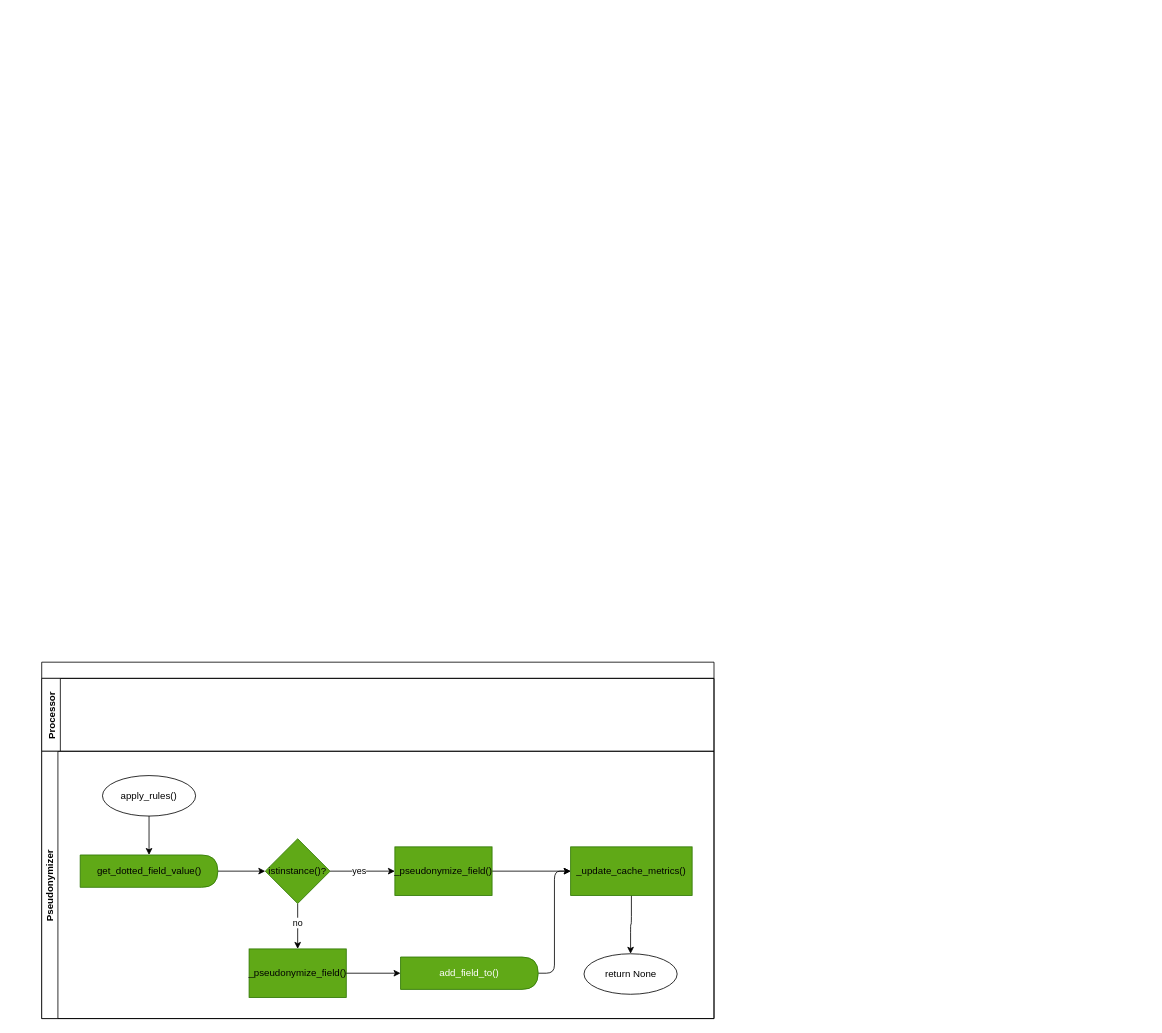
The draw.io diagram page "Pseudonymizer" (23 of 30) of doc/source/development/architecture/diagramms/process.drawio in fkie-cad/Logprep, before the edit. Source tidied: cells renumbered, new cells numbered last; positions are measured from the earlier drawing's top-left corner, leaving out a move shared by most shapes. Both pictures are drawn from the tidied source at 81%, with x=0, y=0 at pixel (41, 662).
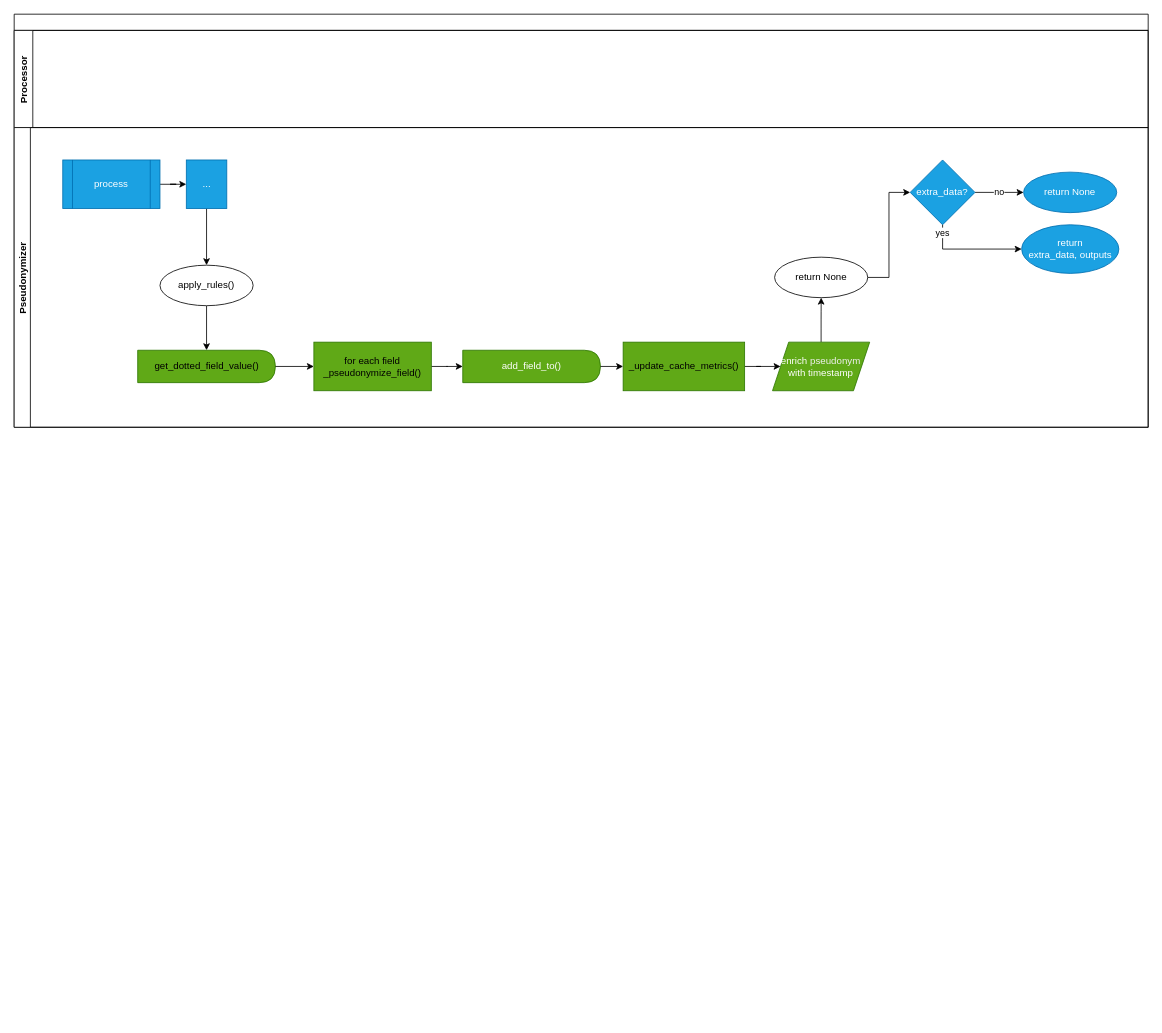
Above is the later version.

Commit message (it also covers changes not shown here):
update processor drawio diagram

What changed in the source:
```diff
@@
-    <mxCell id="2" style="swimlane;horizontal=1;startSize=20;" parent="1" vertex="1">
-      <mxGeometry width="830" height="440" as="geometry" />
-    </mxCell>
+    <mxCell id="23" style="swimlane;horizontal=1;startSize=20;" parent="1" vertex="1">
+      <mxGeometry x="-34" y="-800" width="1400" height="510" as="geometry" />
+    </mxCell>
-    <mxCell id="3" value="Processor" style="swimlane;horizontal=0;" parent="2" vertex="1">
-      <mxGeometry y="20" width="830" height="90" as="geometry" />
+    <mxCell id="3" value="Processor" style="swimlane;horizontal=0;" parent="23" vertex="1">
+      <mxGeometry y="20" width="1400" height="120" as="geometry" />
     </mxCell>
-    <mxCell id="4" value="Pseudonymizer" style="swimlane;startSize=20;horizontal=0;" parent="2" vertex="1">
-      <mxGeometry y="110" width="830" height="330" as="geometry" />
+    <mxCell id="4" value="Pseudonymizer" style="swimlane;startSize=20;horizontal=0;" parent="23" vertex="1">
+      <mxGeometry y="140" width="1400" height="370" as="geometry" />
     </mxCell>
-    <mxCell id="5" style="edgeStyle=none;html=1;entryX=0.5;entryY=0;entryDx=0;entryDy=0;" parent="4" edge="1" source="6" target="8">
+    <mxCell id="5" style="edgeStyle=orthogonalEdgeStyle;rounded=0;jettySize=auto;html=1;" parent="4" edge="1" source="6" target="8">
       <mxGeometry relative="1" as="geometry" />
     </mxCell>
     <mxCell id="6" value="apply_rules()" style="ellipse;whiteSpace=wrap;html=1;" parent="4" vertex="1">
-      <mxGeometry x="75" y="30" width="115" height="50" as="geometry" />
+      <mxGeometry x="180" y="169.9" width="115" height="50" as="geometry" />
     </mxCell>
+    <mxCell id="24" style="edgeStyle=orthogonalEdgeStyle;rounded=0;jettySize=auto;html=1;" parent="4" edge="1" source="25" target="27">
+      <mxGeometry relative="1" as="geometry" />
+    </mxCell>
+    <mxCell id="25" value="process" style="shape=process;whiteSpace=wrap;html=1;backgroundOutline=1;fillColor=#1ba1e2;fontColor=#ffffff;strokeColor=#006EAF;" parent="4" vertex="1">
+      <mxGeometry x="60" y="40" width="120" height="60" as="geometry" />
+    </mxCell>
+    <mxCell id="26" style="edgeStyle=orthogonalEdgeStyle;rounded=0;jettySize=auto;html=1;" parent="4" edge="1" source="27" target="6">
+      <mxGeometry relative="1" as="geometry" />
+    </mxCell>
+    <mxCell id="27" value="..." style="rounded=0;whiteSpace=wrap;html=1;fillColor=#1ba1e2;fontColor=#ffffff;strokeColor=#006EAF;" parent="4" vertex="1">
+      <mxGeometry x="212.5" y="40" width="50" height="60" as="geometry" />
+    </mxCell>
+    <mxCell id="12" value="return None" style="ellipse;whiteSpace=wrap;html=1;" parent="4" vertex="1">
+      <mxGeometry x="938.8" y="160" width="115" height="50" as="geometry" />
+    </mxCell>
+    <mxCell id="8" value="&lt;span style=&quot;font-family: Helvetica; font-size: 12px; font-style: normal; font-variant-ligatures: normal; font-variant-caps: normal; font-weight: 400; letter-spacing: normal; orphans: 2; text-align: center; text-indent: 0px; text-transform: none; widows: 2; word-spacing: 0px; -webkit-text-stroke-width: 0px; text-decoration-thickness: initial; text-decoration-style: initial; text-decoration-color: initial; float: none; display: inline !important;&quot;&gt;get_dotted_field_value()&lt;/span&gt;" style="shape=delay;whiteSpace=wrap;html=1;fillColor=#60a917;fontColor=default;strokeColor=#2D7600;rounded=0;" parent="4" vertex="1">
+      <mxGeometry x="152.5" y="274.9" width="170" height="40" as="geometry" />
+    </mxCell>
+    <mxCell id="10" style="edgeStyle=orthogonalEdgeStyle;html=1;startArrow=none;entryX=0.5;entryY=1;entryDx=0;entryDy=0;" parent="4" edge="1" source="30" target="12">
+      <mxGeometry relative="1" as="geometry" />
+    </mxCell>
+    <mxCell id="28" style="edgeStyle=orthogonalEdgeStyle;rounded=0;jettySize=auto;html=1;" parent="4" edge="1" source="11" target="30">
+      <mxGeometry relative="1" as="geometry" />
+    </mxCell>
+    <mxCell id="11" value="_update_cache_metrics()" style="whiteSpace=wrap;html=1;fillColor=#60a917;strokeColor=#2D7600;rounded=0;" parent="4" vertex="1">
+      <mxGeometry x="751.8" y="264.9" width="150" height="60" as="geometry" />
+    </mxCell>
-    <mxCell id="7" style="edgeStyle=orthogonalEdgeStyle;html=1;" parent="4" edge="1" source="8" target="17">
+    <mxCell id="7" style="edgeStyle=orthogonalEdgeStyle;html=1;entryX=0;entryY=0.5;entryDx=0;entryDy=0;" parent="4" edge="1" source="8" target="19">
       <mxGeometry relative="1" as="geometry" />
     </mxCell>
-    <mxCell id="8" value="&lt;span style=&quot;font-family: Helvetica; font-size: 12px; font-style: normal; font-variant-ligatures: normal; font-variant-caps: normal; font-weight: 400; letter-spacing: normal; orphans: 2; text-align: center; text-indent: 0px; text-transform: none; widows: 2; word-spacing: 0px; -webkit-text-stroke-width: 0px; text-decoration-thickness: initial; text-decoration-style: initial; text-decoration-color: initial; float: none; display: inline !important;&quot;&gt;get_dotted_field_value()&lt;/span&gt;" style="shape=delay;whiteSpace=wrap;html=1;fillColor=#60a917;fontColor=default;strokeColor=#2D7600;rounded=0;" parent="4" vertex="1">
-      <mxGeometry x="47.5" y="128" width="170" height="40" as="geometry" />
-    </mxCell>
-    <mxCell id="9" value="_pseudonymize_field()" style="whiteSpace=wrap;html=1;fillColor=#60a917;strokeColor=#2D7600;rounded=0;" parent="4" vertex="1">
-      <mxGeometry x="256" y="244" width="120" height="60" as="geometry" />
-    </mxCell>
-    <mxCell id="10" style="edgeStyle=orthogonalEdgeStyle;html=1;entryX=0.5;entryY=0;entryDx=0;entryDy=0;" parent="4" edge="1" source="11" target="12">
-      <mxGeometry relative="1" as="geometry" />
-    </mxCell>
-    <mxCell id="11" value="_update_cache_metrics()" style="whiteSpace=wrap;html=1;fillColor=#60a917;strokeColor=#2D7600;rounded=0;" parent="4" vertex="1">
-      <mxGeometry x="653" y="118" width="150" height="60" as="geometry" />
-    </mxCell>
-    <mxCell id="12" value="return None" style="ellipse;whiteSpace=wrap;html=1;" parent="4" vertex="1">
-      <mxGeometry x="669.5" y="250" width="115" height="50" as="geometry" />
-    </mxCell>
-    <mxCell id="13" style="edgeStyle=orthogonalEdgeStyle;html=1;" parent="4" edge="1" source="17" target="9">
-      <mxGeometry relative="1" as="geometry" />
-    </mxCell>
+    <mxCell id="29" style="edgeStyle=orthogonalEdgeStyle;rounded=0;jettySize=auto;html=1;" parent="4" edge="1" source="19" target="21">
+      <mxGeometry relative="1" as="geometry" />
+    </mxCell>
+    <mxCell id="19" value="for each field&lt;br&gt;_pseudonymize_field()" style="whiteSpace=wrap;html=1;fillColor=#60a917;strokeColor=#2D7600;rounded=0;" parent="4" vertex="1">
+      <mxGeometry x="370" y="264.9" width="145" height="60" as="geometry" />
+    </mxCell>
+    <mxCell id="21" value="&lt;span style=&quot;color: rgb(255, 255, 255);&quot;&gt;add_field_to()&lt;/span&gt;" style="shape=delay;whiteSpace=wrap;html=1;fillColor=#60a917;fontColor=default;strokeColor=#2D7600;rounded=0;" parent="4" vertex="1">
+      <mxGeometry x="553.8" y="274.9" width="170" height="40" as="geometry" />
+    </mxCell>
+    <mxCell id="20" style="edgeStyle=orthogonalEdgeStyle;html=1;entryX=0;entryY=0.5;entryDx=0;entryDy=0;" parent="4" edge="1" source="21" target="11">
+      <mxGeometry relative="1" as="geometry" />
+    </mxCell>
+    <mxCell id="30" value="enrich&amp;nbsp;&lt;span style=&quot;color: rgb(240, 240, 240);&quot;&gt;pseudonym&lt;/span&gt;&lt;br&gt;with timestamp" style="shape=parallelogram;perimeter=parallelogramPerimeter;whiteSpace=wrap;html=1;fixedSize=1;fillColor=#60a917;strokeColor=#2D7600;fontColor=#ffffff;" parent="4" vertex="1">
+      <mxGeometry x="936.2" y="264.9" width="120" height="60" as="geometry" />
+    </mxCell>
+    <mxCell id="31" value="return None" style="ellipse;whiteSpace=wrap;html=1;fillColor=#1ba1e2;fontColor=#ffffff;strokeColor=#006EAF;" parent="4" vertex="1">
+      <mxGeometry x="1246.2" y="55" width="115" height="50" as="geometry" />
+    </mxCell>
-    <mxCell id="14" value="no" style="edgeLabel;html=1;align=center;verticalAlign=middle;" parent="13" vertex="1">
-      <mxGeometry x="-0.19" y="-1" relative="1" as="geometry" />
+    <mxCell id="14" value="no" style="edgeStyle=orthogonalEdgeStyle;rounded=0;jettySize=auto;html=1;" parent="4" edge="1" source="32" target="31">
+      <mxGeometry relative="1" as="geometry" />
     </mxCell>
-    <mxCell id="15" style="edgeStyle=orthogonalEdgeStyle;html=1;" parent="4" edge="1" source="17" target="19">
-      <mxGeometry relative="1" as="geometry" />
-    </mxCell>
+    <mxCell id="32" value="extra_data?" style="rhombus;whiteSpace=wrap;html=1;fillColor=#1ba1e2;strokeColor=#006EAF;fontColor=#ffffff;" parent="4" vertex="1">
+      <mxGeometry x="1106.2" y="40" width="80" height="80" as="geometry" />
+    </mxCell>
+    <mxCell id="33" style="edgeStyle=orthogonalEdgeStyle;rounded=0;jettySize=auto;html=1;entryX=0;entryY=0.5;entryDx=0;entryDy=0;exitX=1;exitY=0.5;exitDx=0;exitDy=0;" parent="4" edge="1" source="12" target="32">
+      <mxGeometry relative="1" as="geometry" />
+    </mxCell>
+    <mxCell id="34" value="return&lt;br&gt;extra_data, outputs" style="ellipse;whiteSpace=wrap;html=1;fillColor=#1ba1e2;strokeColor=#006EAF;fontColor=#ffffff;" parent="4" vertex="1">
+      <mxGeometry x="1243.8" y="120" width="120" height="60" as="geometry" />
+    </mxCell>
-    <mxCell id="16" value="yes" style="edgeLabel;html=1;align=center;verticalAlign=middle;" parent="15" vertex="1">
-      <mxGeometry x="-0.12" y="1" relative="1" as="geometry" />
+    <mxCell id="16" value="yes" style="edgeStyle=orthogonalEdgeStyle;rounded=0;jettySize=auto;html=1;" parent="4" edge="1" source="32" target="34">
+      <mxGeometry x="-0.84" relative="1" as="geometry">
+        <Array as="points">
+          <mxPoint x="1146.2" y="150" />
+        </Array>
+      </mxGeometry>
     </mxCell>
-    <mxCell id="17" value="istinstance()?" style="rhombus;whiteSpace=wrap;html=1;fillColor=#60a917;strokeColor=#2D7600;rounded=0;" parent="4" vertex="1">
-      <mxGeometry x="276" y="108" width="80" height="80" as="geometry" />
-    </mxCell>
-    <mxCell id="18" style="edgeStyle=orthogonalEdgeStyle;html=1;" parent="4" edge="1" source="19" target="11">
-      <mxGeometry relative="1" as="geometry" />
-    </mxCell>
-    <mxCell id="19" value="_pseudonymize_field()" style="whiteSpace=wrap;html=1;fillColor=#60a917;strokeColor=#2D7600;rounded=0;" parent="4" vertex="1">
-      <mxGeometry x="436" y="118" width="120" height="60" as="geometry" />
-    </mxCell>
-    <mxCell id="20" style="edgeStyle=orthogonalEdgeStyle;html=1;entryX=0;entryY=0.5;entryDx=0;entryDy=0;" parent="1" edge="1" source="21" target="11">
-      <mxGeometry relative="1" as="geometry" />
-    </mxCell>
-    <mxCell id="21" value="&lt;span style=&quot;color: rgb(255, 255, 255);&quot;&gt;add_field_to()&lt;/span&gt;" style="shape=delay;whiteSpace=wrap;html=1;fillColor=#60a917;fontColor=default;strokeColor=#2D7600;rounded=0;" parent="1" vertex="1">
-      <mxGeometry x="443" y="364" width="170" height="40" as="geometry" />
-    </mxCell>
-    <mxCell id="22" style="edgeStyle=orthogonalEdgeStyle;html=1;" parent="1" edge="1" source="9" target="21">
-      <mxGeometry relative="1" as="geometry" />
-    </mxCell>
```
